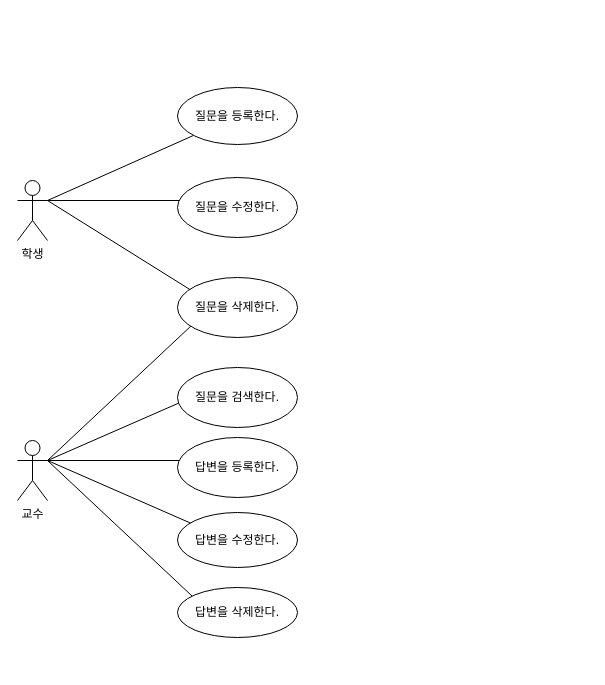
Above: 정유진_9주차과제.drawio in KristaYJ/Diagram (draw.io), before the change. Source tidied: cells renumbered, new cells numbered last; positions are measured from the earlier drawing's top-left corner, leaving out a move shared by most shapes. Both pictures are drawn from the tidied source at 100%, with x=0, y=0 at pixel (17, 87).
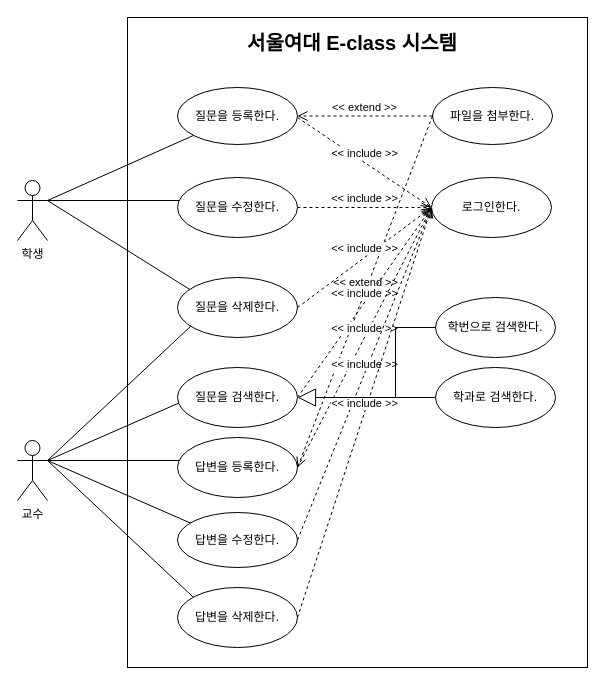
After the change.

Commit message (it also covers changes not shown here):
Update 정유진_9주차과제.drawio

The change refers to these unchanged cells:
```xml
<mxCell id="12" value="질문을 등록한다." style="ellipse;whiteSpace=wrap;html=1;" parent="1" vertex="1">
  <mxGeometry x="160" width="120" height="57" as="geometry" />
</mxCell>
<mxCell id="13" value="질문을 수정한다." style="ellipse;whiteSpace=wrap;html=1;" parent="1" vertex="1">
  <mxGeometry x="160" y="90" width="120" height="60" as="geometry" />
</mxCell>
<mxCell id="14" value="질문을 삭제한다." style="ellipse;whiteSpace=wrap;html=1;" parent="1" vertex="1">
  <mxGeometry x="160" y="190" width="120" height="60" as="geometry" />
</mxCell>
<mxCell id="15" value="질문을 검색한다." style="ellipse;whiteSpace=wrap;html=1;" parent="1" vertex="1">
  <mxGeometry x="160" y="280" width="120" height="60" as="geometry" />
</mxCell>
<mxCell id="16" value="답변을 등록한다." style="ellipse;whiteSpace=wrap;html=1;" parent="1" vertex="1">
  <mxGeometry x="160" y="350" width="120" height="60" as="geometry" />
</mxCell>
<mxCell id="17" value="답변을 수정한다." style="ellipse;whiteSpace=wrap;html=1;" parent="1" vertex="1">
  <mxGeometry x="160" y="425" width="120" height="55" as="geometry" />
</mxCell>
```

The edit, as a diff of the source:
```diff
@@
+    <mxCell id="19" style="rounded=0;whiteSpace=wrap;html=1;" parent="1" vertex="1">
+      <mxGeometry x="110" y="-70" width="460" height="650" as="geometry" />
+    </mxCell>
@@
     <mxCell id="18" value="답변을 삭제한다." style="ellipse;whiteSpace=wrap;html=1;" parent="1" vertex="1">
-      <mxGeometry x="160" y="500" width="120" height="50" as="geometry" />
+      <mxGeometry x="160" y="500" width="120" height="60" as="geometry" />
     </mxCell>
+    <mxCell id="20" value="파일을 첨부한다." style="ellipse;whiteSpace=wrap;html=1;" parent="1" vertex="1">
+      <mxGeometry x="415" width="120" height="57" as="geometry" />
+    </mxCell>
+    <mxCell id="21" value="&amp;lt;&amp;lt; extend &amp;gt;&amp;gt;" style="html=1;verticalAlign=bottom;endArrow=open;dashed=1;endSize=8;exitX=0;exitY=0.5;exitDx=0;exitDy=0;entryX=1;entryY=0.5;entryDx=0;entryDy=0;" parent="1" edge="1" source="20" target="12">
+      <mxGeometry relative="1" as="geometry" />
+    </mxCell>
+    <mxCell id="22" value="&amp;lt;&amp;lt; extend &amp;gt;&amp;gt;" style="html=1;verticalAlign=bottom;endArrow=open;dashed=1;endSize=8;exitX=0;exitY=0.5;exitDx=0;exitDy=0;entryX=1;entryY=0.5;entryDx=0;entryDy=0;" parent="1" edge="1" source="20" target="16">
+      <mxGeometry relative="1" as="geometry" />
+    </mxCell>
+    <mxCell id="23" value="&amp;lt;&amp;lt; include &amp;gt;&amp;gt;" style="html=1;verticalAlign=bottom;endArrow=open;dashed=1;endSize=8;entryX=0;entryY=0.5;entryDx=0;entryDy=0;" parent="1" edge="1" target="24">
+      <mxGeometry relative="1" as="geometry">
+        <mxPoint x="280" y="30" as="sourcePoint" />
+      </mxGeometry>
+    </mxCell>
+    <mxCell id="24" value="로그인한다." style="ellipse;whiteSpace=wrap;html=1;" parent="1" vertex="1">
+      <mxGeometry x="414" y="90" width="120" height="60" as="geometry" />
+    </mxCell>
+    <mxCell id="25" value="&amp;lt;&amp;lt; include &amp;gt;&amp;gt;" style="html=1;verticalAlign=bottom;endArrow=open;dashed=1;endSize=8;exitX=1;exitY=0.5;exitDx=0;exitDy=0;entryX=0;entryY=0.5;entryDx=0;entryDy=0;" parent="1" edge="1" source="13" target="24">
+      <mxGeometry relative="1" as="geometry" />
+    </mxCell>
+    <mxCell id="26" value="&amp;lt;&amp;lt; include &amp;gt;&amp;gt;" style="html=1;verticalAlign=bottom;endArrow=open;dashed=1;endSize=8;exitX=1;exitY=0.5;exitDx=0;exitDy=0;entryX=0;entryY=0.5;entryDx=0;entryDy=0;" parent="1" edge="1" source="14" target="24">
+      <mxGeometry relative="1" as="geometry" />
+    </mxCell>
+    <mxCell id="27" value="&amp;lt;&amp;lt; include &amp;gt;&amp;gt;" style="html=1;verticalAlign=bottom;endArrow=open;dashed=1;endSize=8;exitX=1;exitY=0.5;exitDx=0;exitDy=0;entryX=0;entryY=0.5;entryDx=0;entryDy=0;" parent="1" edge="1" source="15" target="24">
+      <mxGeometry relative="1" as="geometry" />
+    </mxCell>
+    <mxCell id="28" value="&amp;lt;&amp;lt; include &amp;gt;&amp;gt;" style="html=1;verticalAlign=bottom;endArrow=open;dashed=1;endSize=8;exitX=1;exitY=0.5;exitDx=0;exitDy=0;entryX=0;entryY=0.5;entryDx=0;entryDy=0;" parent="1" edge="1" source="16" target="24">
+      <mxGeometry relative="1" as="geometry" />
+    </mxCell>
+    <mxCell id="29" value="&amp;lt;&amp;lt; include &amp;gt;&amp;gt;" style="html=1;verticalAlign=bottom;endArrow=open;dashed=1;endSize=8;exitX=1;exitY=0.5;exitDx=0;exitDy=0;entryX=0;entryY=0.5;entryDx=0;entryDy=0;" parent="1" edge="1" source="17" target="24">
+      <mxGeometry relative="1" as="geometry" />
+    </mxCell>
+    <mxCell id="30" value="&amp;lt;&amp;lt; include &amp;gt;&amp;gt;" style="html=1;verticalAlign=bottom;endArrow=open;dashed=1;endSize=8;exitX=1;exitY=0.5;exitDx=0;exitDy=0;entryX=0;entryY=0.5;entryDx=0;entryDy=0;" parent="1" edge="1" source="18" target="24">
+      <mxGeometry relative="1" as="geometry" />
+    </mxCell>
+    <mxCell id="31" value="학과로 검색한다." style="ellipse;whiteSpace=wrap;html=1;" parent="1" vertex="1">
+      <mxGeometry x="418" y="280" width="120" height="60" as="geometry" />
+    </mxCell>
+    <mxCell id="32" value="학번으로 검색한다." style="ellipse;whiteSpace=wrap;html=1;" parent="1" vertex="1">
+      <mxGeometry x="418" y="210" width="120" height="60" as="geometry" />
+    </mxCell>
+    <mxCell id="33" style="endArrow=block;endSize=16;endFill=0;html=1;exitX=0;exitY=0.5;exitDx=0;exitDy=0;entryX=1;entryY=0.5;entryDx=0;entryDy=0;" parent="1" edge="1" source="31" target="15">
+      <mxGeometry relative="1" as="geometry" />
+    </mxCell>
+    <mxCell id="34" style="shape=partialRectangle;whiteSpace=wrap;html=1;bottom=0;right=0;fillColor=none;" parent="1" vertex="1">
+      <mxGeometry x="378" y="240" width="40" height="70" as="geometry" />
+    </mxCell>
+    <mxCell id="35" value="서울여대 E-class 시스템" style="text;html=1;strokeColor=none;fillColor=none;align=center;verticalAlign=middle;whiteSpace=wrap;rounded=0;fontSize=20;fontStyle=1;" parent="1" vertex="1">
+      <mxGeometry x="110" y="-60" width="450" height="30" as="geometry" />
+    </mxCell>
```
